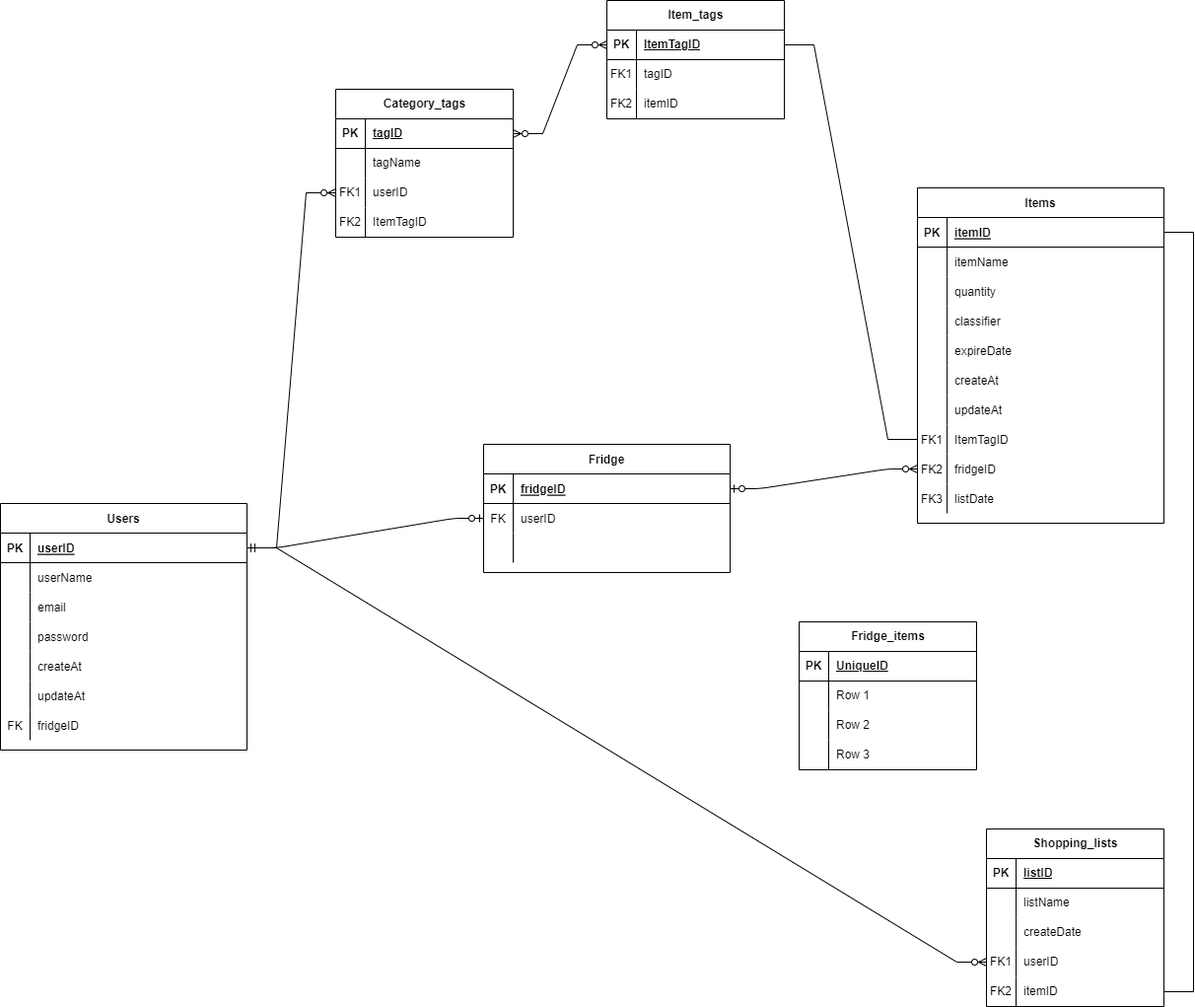
The draw.io diagram diagrams/database design.drawio.png in endofheat/go-fridge, before a commit. Source tidied: cells renumbered, new cells last; positions are measured from the earlier drawing's top-left corner, leaving out a move shared by most shapes.
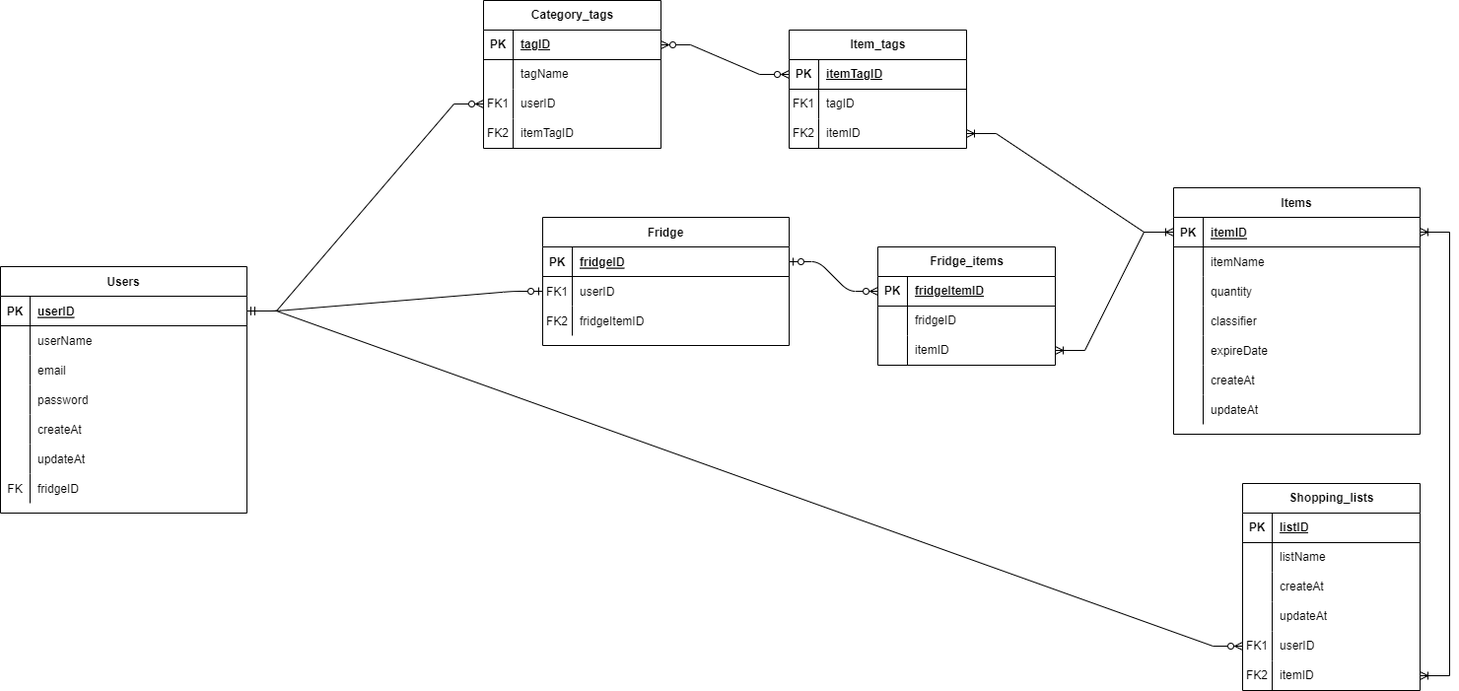
Above is the later version.

Commit message:
Update database logical design.drawio.png

What changed in the source:
```diff
@@ -5,11 +5,11 @@
     <mxCell id="2" style="edgeStyle=entityRelationEdgeStyle;endArrow=ERzeroToOne;startArrow=ERmandOne;endFill=0;startFill=0;" parent="1" edge="1" source="46" target="8">
       <mxGeometry relative="1" as="geometry" />
     </mxCell>
-    <mxCell id="3" style="edgeStyle=entityRelationEdgeStyle;endArrow=ERzeroToMany;startArrow=ERzeroToOne;endFill=0;startFill=0;entryX=0;entryY=0.5;entryDx=0;entryDy=0;" parent="1" edge="1" source="5" target="39">
+    <mxCell id="3" style="edgeStyle=entityRelationEdgeStyle;endArrow=ERzeroToMany;startArrow=ERzeroToOne;endFill=0;startFill=0;" parent="1" edge="1" source="5" target="101">
       <mxGeometry relative="1" as="geometry" />
     </mxCell>
     <mxCell id="4" value="Fridge" style="shape=table;startSize=30;rowLines=0;fontStyle=1;align=center;" parent="1" vertex="1">
-      <mxGeometry x="490" y="450" width="250" height="130" as="geometry" />
+      <mxGeometry x="260" y="480" width="250" height="130" as="geometry" />
     </mxCell>
     <mxCell id="5" style="shape=partialRectangle;fillColor=none;points=[[0,0.5],[1,0.5]];portConstraint=eastwest;top=0;left=0;right=0;bottom=1;" parent="4" vertex="1">
       <mxGeometry y="30" width="250" height="30" as="geometry" />
@@ -23,7 +23,7 @@
     <mxCell id="8" style="shape=partialRectangle;fillColor=none;points=[[0,0.5],[1,0.5]];portConstraint=eastwest;top=0;left=0;right=0;bottom=0;" parent="4" vertex="1">
       <mxGeometry y="60" width="250" height="30" as="geometry" />
     </mxCell>
-    <mxCell id="9" value="FK" style="shape=partialRectangle;overflow=hidden;fillColor=none;top=0;left=0;bottom=0;right=0;" parent="8" vertex="1">
+    <mxCell id="9" value="FK1" style="shape=partialRectangle;overflow=hidden;fillColor=none;top=0;left=0;bottom=0;right=0;" parent="8" vertex="1">
       <mxGeometry width="30" height="30" as="geometry" />
     </mxCell>
     <mxCell id="10" value="userID" style="shape=partialRectangle;overflow=hidden;fillColor=none;top=0;left=0;bottom=0;right=0;align=left;spacingLeft=6;" parent="8" vertex="1">
@@ -32,14 +32,14 @@
     <mxCell id="11" style="shape=partialRectangle;fillColor=none;top=0;left=0;right=0;bottom=0;" parent="4" vertex="1">
       <mxGeometry y="90" width="250" height="30" as="geometry" />
     </mxCell>
-    <mxCell id="12" style="shape=partialRectangle;overflow=hidden;fillColor=none;top=0;left=0;bottom=0;right=0;" parent="11" vertex="1">
+    <mxCell id="12" value="FK2" style="shape=partialRectangle;overflow=hidden;fillColor=none;top=0;left=0;bottom=0;right=0;" parent="11" vertex="1">
       <mxGeometry width="30" height="30" as="geometry" />
     </mxCell>
-    <mxCell id="13" style="shape=partialRectangle;overflow=hidden;fillColor=none;top=0;left=0;bottom=0;right=0;align=left;spacingLeft=6;" parent="11" vertex="1">
+    <mxCell id="13" value="fridgeItemID" style="shape=partialRectangle;overflow=hidden;fillColor=none;top=0;left=0;bottom=0;right=0;align=left;spacingLeft=6;" parent="11" vertex="1">
       <mxGeometry x="30" width="220" height="30" as="geometry" />
     </mxCell>
     <mxCell id="14" value="Items" style="shape=table;startSize=30;rowLines=0;fontStyle=1;align=center;" parent="1" vertex="1">
-      <mxGeometry x="930" y="190" width="250" height="340" as="geometry" />
+      <mxGeometry x="900" y="450" width="250" height="250" as="geometry" />
     </mxCell>
     <mxCell id="15" style="shape=partialRectangle;fillColor=none;points=[[0,0.5],[1,0.5]];portConstraint=eastwest;top=0;left=0;right=0;bottom=1;" parent="14" vertex="1">
       <mxGeometry y="30" width="250" height="30" as="geometry" />
@@ -104,35 +104,8 @@
     <mxCell id="35" value="updateAt" style="shape=partialRectangle;overflow=hidden;fillColor=none;top=0;left=0;bottom=0;right=0;align=left;spacingLeft=6;" parent="33" vertex="1">
       <mxGeometry x="30" width="220" height="30" as="geometry" />
     </mxCell>
-    <mxCell id="36" style="shape=partialRectangle;fillColor=none;points=[[0,0.5],[1,0.5]];portConstraint=eastwest;top=0;left=0;right=0;bottom=0;" parent="14" vertex="1">
-      <mxGeometry y="240" width="250" height="30" as="geometry" />
-    </mxCell>
-    <mxCell id="37" value="FK1" style="shape=partialRectangle;overflow=hidden;fillColor=none;top=0;left=0;bottom=0;right=0;" parent="36" vertex="1">
-      <mxGeometry width="30" height="30" as="geometry" />
-    </mxCell>
-    <mxCell id="38" value="ItemTagID" style="shape=partialRectangle;overflow=hidden;fillColor=none;top=0;left=0;bottom=0;right=0;align=left;spacingLeft=6;" parent="36" vertex="1">
-      <mxGeometry x="30" width="220" height="30" as="geometry" />
-    </mxCell>
-    <mxCell id="39" style="shape=partialRectangle;fillColor=none;points=[[0,0.5],[1,0.5]];portConstraint=eastwest;top=0;left=0;right=0;bottom=0;" parent="14" vertex="1">
-      <mxGeometry y="270" width="250" height="30" as="geometry" />
-    </mxCell>
-    <mxCell id="40" value="FK2" style="shape=partialRectangle;overflow=hidden;fillColor=none;top=0;left=0;bottom=0;right=0;" parent="39" vertex="1">
-      <mxGeometry width="30" height="30" as="geometry" />
-    </mxCell>
-    <mxCell id="41" value="fridgeID" style="shape=partialRectangle;overflow=hidden;fillColor=none;top=0;left=0;bottom=0;right=0;align=left;spacingLeft=6;" parent="39" vertex="1">
-      <mxGeometry x="30" width="220" height="30" as="geometry" />
-    </mxCell>
-    <mxCell id="42" style="shape=partialRectangle;fillColor=none;top=0;left=0;right=0;bottom=0;" parent="14" vertex="1">
-      <mxGeometry y="300" width="250" height="30" as="geometry" />
-    </mxCell>
-    <mxCell id="43" value="FK3" style="shape=partialRectangle;overflow=hidden;fillColor=none;top=0;left=0;bottom=0;right=0;" parent="42" vertex="1">
-      <mxGeometry width="30" height="30" as="geometry" />
-    </mxCell>
-    <mxCell id="44" value="listDate" style="shape=partialRectangle;overflow=hidden;fillColor=none;top=0;left=0;bottom=0;right=0;align=left;spacingLeft=6;" parent="42" vertex="1">
-      <mxGeometry x="30" width="220" height="30" as="geometry" />
-    </mxCell>
     <mxCell id="45" value="Users" style="shape=table;startSize=30;rowLines=0;fontStyle=1;align=center;" parent="1" vertex="1">
-      <mxGeometry y="510" width="250" height="250" as="geometry" />
+      <mxGeometry x="-290" y="530" width="250" height="250" as="geometry" />
     </mxCell>
     <mxCell id="46" style="shape=partialRectangle;fillColor=none;points=[[0,0.5],[1,0.5]];portConstraint=eastwest;top=0;left=0;right=0;bottom=1;" parent="45" vertex="1">
       <mxGeometry y="30" width="250" height="30" as="geometry" />
@@ -198,7 +171,7 @@
       <mxGeometry x="30" width="220" height="30" as="geometry" />
     </mxCell>
     <mxCell id="67" value="Shopping_lists" style="shape=table;startSize=30;rowLines=0;fontStyle=1;align=center;html=1;" parent="1" vertex="1">
-      <mxGeometry x="1000" y="840" width="180" height="180" as="geometry" />
+      <mxGeometry x="970" y="750" width="180" height="210" as="geometry" />
     </mxCell>
     <mxCell id="68" style="shape=tableRow;horizontal=0;startSize=0;swimlaneHead=0;swimlaneBody=0;fillColor=none;top=0;left=0;right=0;bottom=1;" parent="67" vertex="1">
       <mxGeometry y="30" width="180" height="30" as="geometry" />
@@ -224,11 +197,20 @@
     <mxCell id="75" style="shape=partialRectangle;fillColor=none;top=0;left=0;bottom=0;right=0;overflow=hidden;whiteSpace=wrap;html=1;" parent="74" vertex="1">
       <mxGeometry width="30" height="30" as="geometry" />
     </mxCell>
-    <mxCell id="76" value="createDate" style="shape=partialRectangle;fillColor=none;top=0;left=0;bottom=0;right=0;align=left;spacingLeft=6;overflow=hidden;whiteSpace=wrap;html=1;" parent="74" vertex="1">
+    <mxCell id="76" value="createAt" style="shape=partialRectangle;fillColor=none;top=0;left=0;bottom=0;right=0;align=left;spacingLeft=6;overflow=hidden;whiteSpace=wrap;html=1;" parent="74" vertex="1">
       <mxGeometry x="30" width="150" height="30" as="geometry" />
     </mxCell>
+    <mxCell id="110" style="shape=tableRow;horizontal=0;startSize=0;swimlaneHead=0;swimlaneBody=0;fillColor=none;top=0;left=0;right=0;bottom=0;" parent="67" vertex="1">
+      <mxGeometry y="120" width="180" height="30" as="geometry" />
+    </mxCell>
+    <mxCell id="111" style="shape=partialRectangle;fillColor=none;top=0;left=0;bottom=0;right=0;overflow=hidden;whiteSpace=wrap;html=1;" parent="110" vertex="1">
+      <mxGeometry width="30" height="30" as="geometry" />
+    </mxCell>
+    <mxCell id="124" value="updateAt" style="shape=partialRectangle;fillColor=none;top=0;left=0;bottom=0;right=0;align=left;spacingLeft=6;overflow=hidden;whiteSpace=wrap;html=1;" parent="110" vertex="1">
+      <mxGeometry x="30" width="150" height="30" as="geometry" />
+    </mxCell>
     <mxCell id="77" style="shape=tableRow;horizontal=0;startSize=0;swimlaneHead=0;swimlaneBody=0;fillColor=none;points=[[0,0.5],[1,0.5]];portConstraint=eastwest;top=0;left=0;right=0;bottom=0;" parent="67" vertex="1">
-      <mxGeometry y="120" width="180" height="30" as="geometry" />
+      <mxGeometry y="150" width="180" height="30" as="geometry" />
     </mxCell>
     <mxCell id="78" value="FK1" style="shape=partialRectangle;fillColor=none;top=0;left=0;bottom=0;right=0;overflow=hidden;whiteSpace=wrap;html=1;" parent="77" vertex="1">
       <mxGeometry width="30" height="30" as="geometry" />
@@ -237,7 +219,7 @@
       <mxGeometry x="30" width="150" height="30" as="geometry" />
     </mxCell>
     <mxCell id="80" style="shape=tableRow;horizontal=0;startSize=0;swimlaneHead=0;swimlaneBody=0;fillColor=none;points=[[0,0.5],[1,0.5]];portConstraint=eastwest;top=0;left=0;right=0;bottom=0;" parent="67" vertex="1">
-      <mxGeometry y="150" width="180" height="30" as="geometry" />
+      <mxGeometry y="180" width="180" height="30" as="geometry" />
     </mxCell>
     <mxCell id="81" value="FK2" style="shape=partialRectangle;fillColor=none;top=0;left=0;bottom=0;right=0;overflow=hidden;whiteSpace=wrap;html=1;" parent="80" vertex="1">
       <mxGeometry width="30" height="30" as="geometry" />
@@ -246,7 +228,7 @@
       <mxGeometry x="30" width="150" height="30" as="geometry" />
     </mxCell>
     <mxCell id="83" value="Category_tags" style="shape=table;startSize=30;rowLines=0;fontStyle=1;align=center;html=1;" parent="1" vertex="1">
-      <mxGeometry x="340" y="90" width="180" height="150" as="geometry" />
+      <mxGeometry x="200" y="260" width="180" height="150" as="geometry" />
     </mxCell>
     <mxCell id="84" style="shape=tableRow;horizontal=0;startSize=0;swimlaneHead=0;swimlaneBody=0;fillColor=none;points=[[0,0.5],[1,0.5]];portConstraint=eastwest;top=0;left=0;right=0;bottom=1;" parent="83" vertex="1">
       <mxGeometry y="30" width="180" height="30" as="geometry" />
@@ -281,7 +263,7 @@
     <mxCell id="94" value="FK2" style="shape=partialRectangle;fillColor=none;top=0;left=0;bottom=0;right=0;overflow=hidden;whiteSpace=wrap;html=1;" parent="93" vertex="1">
       <mxGeometry width="30" height="30" as="geometry" />
     </mxCell>
-    <mxCell id="95" value="ItemTagID" style="shape=partialRectangle;fillColor=none;top=0;left=0;bottom=0;right=0;align=left;spacingLeft=6;overflow=hidden;whiteSpace=wrap;html=1;" parent="93" vertex="1">
+    <mxCell id="95" value="itemTagID" style="shape=partialRectangle;fillColor=none;top=0;left=0;bottom=0;right=0;align=left;spacingLeft=6;overflow=hidden;whiteSpace=wrap;html=1;" parent="93" vertex="1">
       <mxGeometry x="30" width="150" height="30" as="geometry" />
     </mxCell>
     <mxCell id="96" style="endArrow=ERzeroToMany;html=1;rounded=0;entryX=0;entryY=0.5;entryDx=0;entryDy=0;exitX=1;exitY=0.5;exitDx=0;exitDy=0;edgeStyle=entityRelationEdgeStyle;startArrow=ERmandOne;startFill=0;endFill=0;" parent="1" edge="1" source="46" target="77">
@@ -293,11 +275,11 @@
     <mxCell id="98" style="endArrow=ERzeroToMany;html=1;rounded=0;exitX=1;exitY=0.5;exitDx=0;exitDy=0;edgeStyle=entityRelationEdgeStyle;startArrow=ERzeroToMany;startFill=0;endFill=0;entryX=0;entryY=0.5;entryDx=0;entryDy=0;" parent="1" edge="1" source="84" target="114">
       <mxGeometry relative="1" as="geometry" />
     </mxCell>
-    <mxCell id="99" style="endArrow=none;html=1;rounded=0;exitX=1;exitY=0.5;exitDx=0;exitDy=0;entryX=1;entryY=0.5;entryDx=0;entryDy=0;edgeStyle=entityRelationEdgeStyle;" parent="1" edge="1" source="15" target="80">
+    <mxCell id="99" style="endArrow=ERoneToMany;html=1;rounded=0;exitX=1;exitY=0.5;exitDx=0;exitDy=0;entryX=1;entryY=0.5;entryDx=0;entryDy=0;edgeStyle=entityRelationEdgeStyle;startArrow=ERoneToMany;startFill=0;endFill=0;" parent="1" edge="1" source="15" target="80">
       <mxGeometry relative="1" as="geometry" />
     </mxCell>
     <mxCell id="100" value="Fridge_items" style="shape=table;startSize=30;rowLines=0;fontStyle=1;align=center;html=1;" parent="1" vertex="1">
-      <mxGeometry x="810" y="630" width="180" height="150" as="geometry" />
+      <mxGeometry x="600" y="510" width="180" height="120" as="geometry" />
     </mxCell>
     <mxCell id="101" style="shape=tableRow;horizontal=0;startSize=0;swimlaneHead=0;swimlaneBody=0;fillColor=none;points=[[0,0.5],[1,0.5]];portConstraint=eastwest;top=0;left=0;right=0;bottom=1;" parent="100" vertex="1">
       <mxGeometry y="30" width="180" height="30" as="geometry" />
@@ -305,7 +287,7 @@
     <mxCell id="102" value="PK" style="shape=partialRectangle;fillColor=none;top=0;left=0;bottom=0;right=0;fontStyle=1;overflow=hidden;whiteSpace=wrap;html=1;" parent="101" vertex="1">
       <mxGeometry width="30" height="30" as="geometry" />
     </mxCell>
-    <mxCell id="103" value="UniqueID" style="shape=partialRectangle;fillColor=none;top=0;left=0;bottom=0;right=0;align=left;spacingLeft=6;fontStyle=5;overflow=hidden;whiteSpace=wrap;html=1;" parent="101" vertex="1">
+    <mxCell id="103" value="fridgeItemID" style="shape=partialRectangle;fillColor=none;top=0;left=0;bottom=0;right=0;align=left;spacingLeft=6;fontStyle=5;overflow=hidden;whiteSpace=wrap;html=1;" parent="101" vertex="1">
       <mxGeometry x="30" width="150" height="30" as="geometry" />
     </mxCell>
     <mxCell id="104" style="shape=tableRow;horizontal=0;startSize=0;swimlaneHead=0;swimlaneBody=0;fillColor=none;top=0;left=0;right=0;bottom=0;" parent="100" vertex="1">
@@ -314,7 +296,7 @@
     <mxCell id="105" style="shape=partialRectangle;fillColor=none;top=0;left=0;bottom=0;right=0;overflow=hidden;whiteSpace=wrap;html=1;" parent="104" vertex="1">
       <mxGeometry width="30" height="30" as="geometry" />
     </mxCell>
-    <mxCell id="106" value="Row 1" style="shape=partialRectangle;fillColor=none;top=0;left=0;bottom=0;right=0;align=left;spacingLeft=6;overflow=hidden;whiteSpace=wrap;html=1;" parent="104" vertex="1">
+    <mxCell id="106" value="fridgeID" style="shape=partialRectangle;fillColor=none;top=0;left=0;bottom=0;right=0;align=left;spacingLeft=6;overflow=hidden;whiteSpace=wrap;html=1;" parent="104" vertex="1">
       <mxGeometry x="30" width="150" height="30" as="geometry" />
     </mxCell>
     <mxCell id="107" style="shape=tableRow;horizontal=0;startSize=0;swimlaneHead=0;swimlaneBody=0;fillColor=none;points=[[0,0.5],[1,0.5]];portConstraint=eastwest;top=0;left=0;right=0;bottom=0;" parent="100" vertex="1">
@@ -323,20 +305,11 @@
     <mxCell id="108" style="shape=partialRectangle;fillColor=none;top=0;left=0;bottom=0;right=0;overflow=hidden;whiteSpace=wrap;html=1;" parent="107" vertex="1">
       <mxGeometry width="30" height="30" as="geometry" />
     </mxCell>
-    <mxCell id="109" value="Row 2" style="shape=partialRectangle;fillColor=none;top=0;left=0;bottom=0;right=0;align=left;spacingLeft=6;overflow=hidden;whiteSpace=wrap;html=1;" parent="107" vertex="1">
+    <mxCell id="109" value="itemID" style="shape=partialRectangle;fillColor=none;top=0;left=0;bottom=0;right=0;align=left;spacingLeft=6;overflow=hidden;whiteSpace=wrap;html=1;" parent="107" vertex="1">
       <mxGeometry x="30" width="150" height="30" as="geometry" />
     </mxCell>
-    <mxCell id="110" style="shape=tableRow;horizontal=0;startSize=0;swimlaneHead=0;swimlaneBody=0;fillColor=none;top=0;left=0;right=0;bottom=0;" parent="100" vertex="1">
-      <mxGeometry y="120" width="180" height="30" as="geometry" />
-    </mxCell>
-    <mxCell id="111" style="shape=partialRectangle;fillColor=none;top=0;left=0;bottom=0;right=0;overflow=hidden;whiteSpace=wrap;html=1;" parent="110" vertex="1">
-      <mxGeometry width="30" height="30" as="geometry" />
-    </mxCell>
-    <mxCell id="112" value="Row 3" style="shape=partialRectangle;fillColor=none;top=0;left=0;bottom=0;right=0;align=left;spacingLeft=6;overflow=hidden;whiteSpace=wrap;html=1;" parent="110" vertex="1">
-      <mxGeometry x="30" width="150" height="30" as="geometry" />
-    </mxCell>
     <mxCell id="113" value="Item_tags" style="shape=table;startSize=30;rowLines=0;fontStyle=1;align=center;html=1;" parent="1" vertex="1">
-      <mxGeometry x="615" width="180" height="120" as="geometry" />
+      <mxGeometry x="510" y="290" width="180" height="120" as="geometry" />
     </mxCell>
     <mxCell id="114" style="shape=tableRow;horizontal=0;startSize=0;swimlaneHead=0;swimlaneBody=0;fillColor=none;points=[[0,0.5],[1,0.5]];portConstraint=eastwest;top=0;left=0;right=0;bottom=1;" parent="113" vertex="1">
       <mxGeometry y="30" width="180" height="30" as="geometry" />
@@ -344,7 +317,7 @@
     <mxCell id="115" value="PK" style="shape=partialRectangle;fillColor=none;top=0;left=0;bottom=0;right=0;fontStyle=1;overflow=hidden;whiteSpace=wrap;html=1;" parent="114" vertex="1">
       <mxGeometry width="30" height="30" as="geometry" />
     </mxCell>
-    <mxCell id="116" value="ItemTagID" style="shape=partialRectangle;fillColor=none;top=0;left=0;bottom=0;right=0;align=left;spacingLeft=6;fontStyle=5;overflow=hidden;whiteSpace=wrap;html=1;" parent="114" vertex="1">
+    <mxCell id="116" value="itemTagID" style="shape=partialRectangle;fillColor=none;top=0;left=0;bottom=0;right=0;align=left;spacingLeft=6;fontStyle=5;overflow=hidden;whiteSpace=wrap;html=1;" parent="114" vertex="1">
       <mxGeometry x="30" width="150" height="30" as="geometry" />
     </mxCell>
     <mxCell id="117" style="shape=tableRow;horizontal=0;startSize=0;swimlaneHead=0;swimlaneBody=0;fillColor=none;top=0;left=0;right=0;bottom=0;" parent="113" vertex="1">
@@ -365,8 +338,11 @@
     <mxCell id="122" value="itemID" style="shape=partialRectangle;fillColor=none;top=0;left=0;bottom=0;right=0;align=left;spacingLeft=6;overflow=hidden;whiteSpace=wrap;html=1;" parent="120" vertex="1">
       <mxGeometry x="30" width="150" height="30" as="geometry" />
     </mxCell>
-    <mxCell id="123" style="endArrow=none;html=1;rounded=0;exitX=1;exitY=0.5;exitDx=0;exitDy=0;entryX=0;entryY=0.5;entryDx=0;entryDy=0;edgeStyle=entityRelationEdgeStyle;" parent="1" edge="1" source="114" target="36">
+    <mxCell id="123" style="endArrow=ERoneToMany;html=1;rounded=0;exitX=1;exitY=0.5;exitDx=0;exitDy=0;entryX=0;entryY=0.5;entryDx=0;entryDy=0;edgeStyle=entityRelationEdgeStyle;startArrow=ERoneToMany;startFill=0;endFill=0;" parent="1" edge="1" source="120" target="15">
       <mxGeometry relative="1" as="geometry" />
     </mxCell>
+    <mxCell id="125" style="endArrow=none;html=1;rounded=0;exitX=1;exitY=0.5;exitDx=0;exitDy=0;entryX=0;entryY=0.5;entryDx=0;entryDy=0;edgeStyle=entityRelationEdgeStyle;startArrow=ERoneToMany;startFill=0;" parent="1" edge="1" source="107" target="15">
+      <mxGeometry relative="1" as="geometry" />
+    </mxCell>
   </root>
 </mxGraphModel>
```
